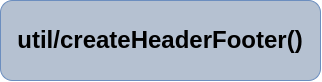
Earlier version of the draw.io export docs/diagrams/output.png (ReedClanton/bash_base). Source tidied: cells renumbered, new cells last; positions are measured from the earlier drawing's top-left corner, leaving out a move shared by most shapes.
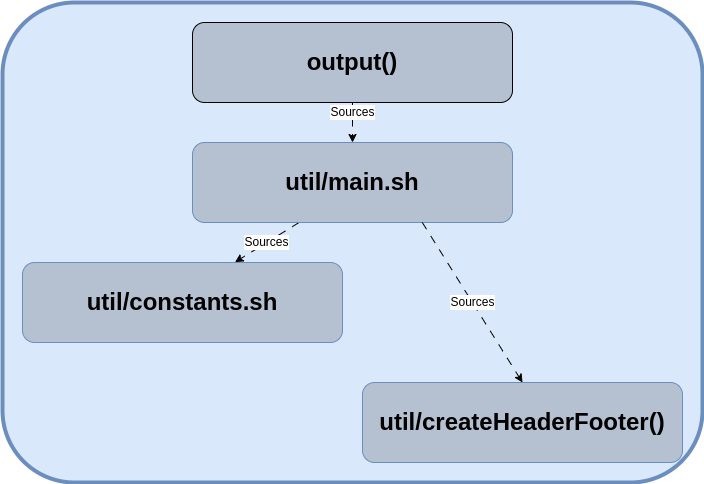
The same file after the commit.

Commit message:
Corrected diagram export

The edit, as a diff of the source:
```diff
@@ -2,8 +2,32 @@
   <root>
     <mxCell id="0" />
     <mxCell id="1" parent="0" />
-    <mxCell id="2" value="&lt;h1&gt;util/createHeaderFooter()&lt;/h1&gt;" style="rounded=1;whiteSpace=wrap;html=1;fillColor=#B5C1D1;strokeColor=#6c8ebf;" parent="1" vertex="1">
-      <mxGeometry width="320" height="80" as="geometry" />
+    <mxCell id="2" style="group;" parent="1" vertex="1">
+      <mxGeometry width="700" height="480" as="geometry" />
     </mxCell>
+    <mxCell id="3" style="rounded=1;whiteSpace=wrap;html=1;fillColor=#dae8fc;strokeColor=#6c8ebf;strokeWidth=4;" parent="2" vertex="1">
+      <mxGeometry width="700" height="480" as="geometry" />
+    </mxCell>
+    <mxCell id="4" value="&lt;h1&gt;output()&lt;/h1&gt;" style="rounded=1;whiteSpace=wrap;html=1;fillColor=#B5C1D1;strokeColor=default;strokeWidth=1;" parent="2" vertex="1">
+      <mxGeometry x="190" y="20" width="320" height="80" as="geometry" />
+    </mxCell>
+    <mxCell id="5" value="&lt;h1&gt;util/createHeaderFooter()&lt;/h1&gt;" style="rounded=1;whiteSpace=wrap;html=1;fillColor=#B5C1D1;strokeColor=#6c8ebf;" parent="2" vertex="1">
+      <mxGeometry x="360" y="380" width="320" height="80" as="geometry" />
+    </mxCell>
+    <mxCell id="6" value="&lt;h1&gt;util/constants.sh&lt;/h1&gt;" style="rounded=1;whiteSpace=wrap;html=1;fillColor=#B5C1D1;strokeColor=#6c8ebf;" parent="2" vertex="1">
+      <mxGeometry x="20" y="260" width="320" height="80" as="geometry" />
+    </mxCell>
+    <mxCell id="7" value="&lt;font style=&quot;font-size: 12px;&quot;&gt;Sources&lt;/font&gt;" style="endArrow=classic;html=1;rounded=0;exitX=0.333;exitY=1;exitDx=0;exitDy=0;exitPerimeter=0;entryX=0.664;entryY=-0.004;entryDx=0;entryDy=0;entryPerimeter=0;dashed=1;dashPattern=8 8;" parent="2" edge="1" source="9" target="6">
+      <mxGeometry relative="1" as="geometry" />
+    </mxCell>
+    <mxCell id="8" value="&lt;font style=&quot;font-size: 12px;&quot;&gt;Sources&lt;/font&gt;" style="endArrow=classic;html=1;rounded=0;exitX=0.5;exitY=1;exitDx=0;exitDy=0;entryX=0.5;entryY=0;entryDx=0;entryDy=0;dashed=1;dashPattern=8 8;" parent="2" edge="1" source="4" target="9">
+      <mxGeometry x="-0.5" relative="1" as="geometry" />
+    </mxCell>
+    <mxCell id="9" value="&lt;h1&gt;util/main.sh&lt;/h1&gt;" style="rounded=1;whiteSpace=wrap;html=1;fillColor=#B5C1D1;strokeColor=#6c8ebf;" parent="2" vertex="1">
+      <mxGeometry x="190" y="140" width="320" height="80" as="geometry" />
+    </mxCell>
+    <mxCell id="10" value="&lt;font style=&quot;font-size: 12px;&quot;&gt;Sources&lt;/font&gt;" style="endArrow=classic;html=1;rounded=0;exitX=0.718;exitY=0.999;exitDx=0;exitDy=0;exitPerimeter=0;entryX=0.5;entryY=0;entryDx=0;entryDy=0;dashed=1;dashPattern=8 8;" parent="2" edge="1" source="9" target="5">
+      <mxGeometry relative="1" as="geometry" />
+    </mxCell>
   </root>
 </mxGraphModel>
```
